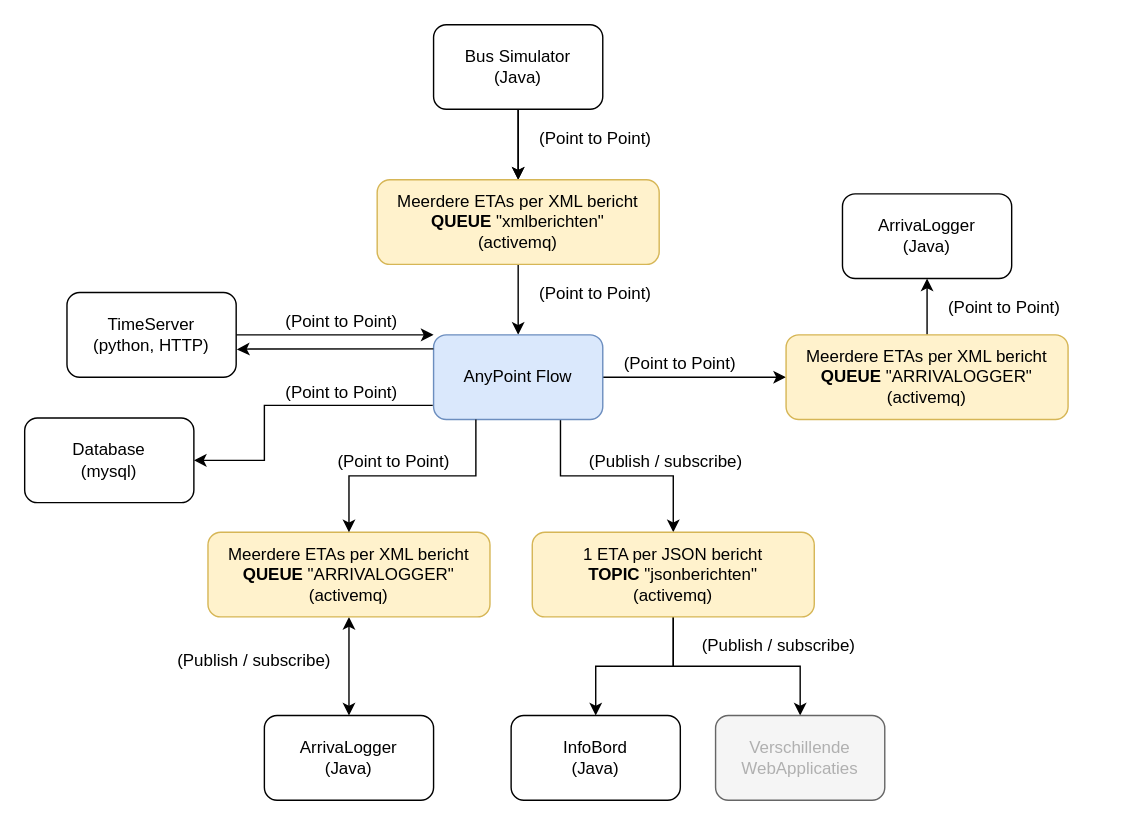
pannekoekmetijsappelmoesenslagroom/EAI keeps this draw.io diagram as Untitled Diagram.drawio. Above is the earlier version. Source tidied: cells renumbered, new cells numbered last; positions are measured from the earlier drawing's top-left corner, leaving out a move shared by most shapes. Both pictures are drawn from the tidied source at 141%, with x=0, y=0 at pixel (24, 24).
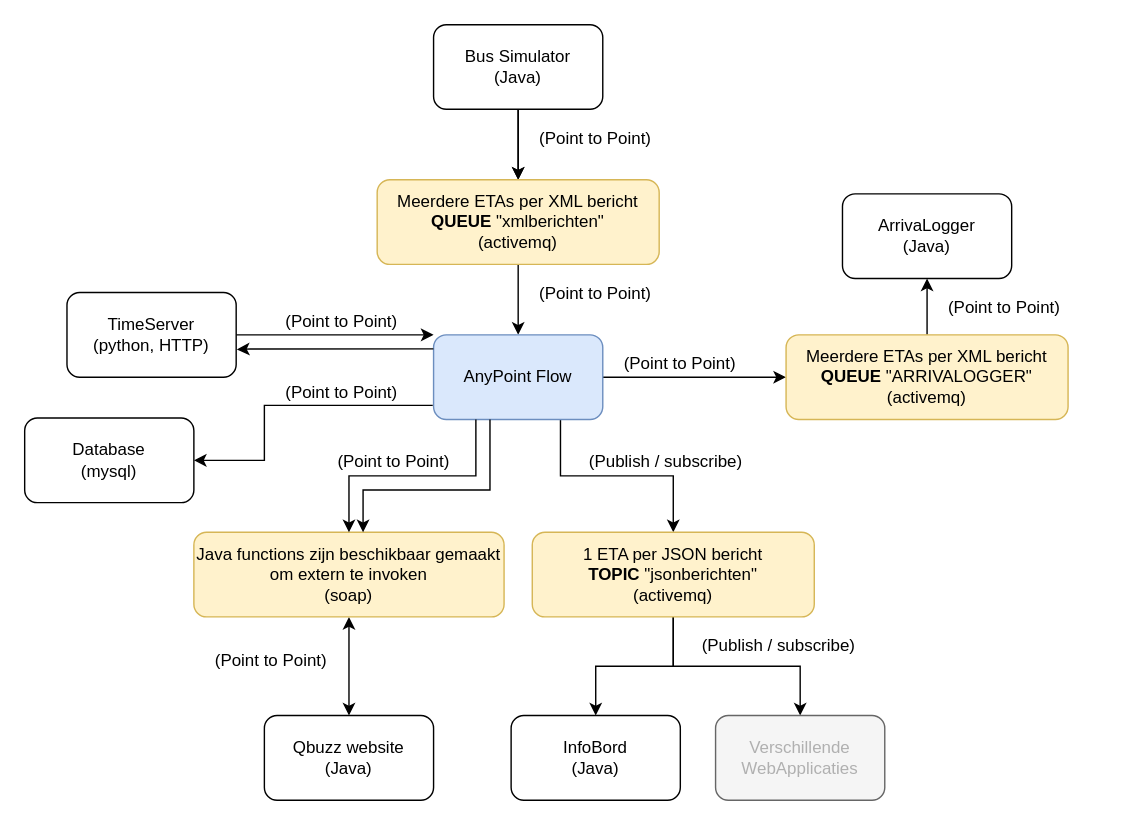
The same page after the edit.

The edit, as a diff of the source:
```diff
@@
-    <mxCell id="29" value="Meerdere ETAs per XML bericht&lt;br&gt;&lt;b&gt;QUEUE&lt;/b&gt; &quot;ARRIVALOGGER&quot; &lt;br&gt;(activemq)" style="rounded=1;whiteSpace=wrap;html=1;fillColor=#fff2cc;strokeColor=#d6b656;" parent="1" vertex="1">
-      <mxGeometry x="130" y="360" width="200" height="60" as="geometry" />
+    <mxCell id="29" value="Java functions zijn beschikbaar gemaakt om extern te invoken&lt;br&gt;(soap)" style="rounded=1;whiteSpace=wrap;html=1;fillColor=#fff2cc;strokeColor=#d6b656;" parent="1" vertex="1">
+      <mxGeometry x="120" y="360" width="220" height="60" as="geometry" />
     </mxCell>
@@
-    <mxCell id="32" value="ArrivaLogger&lt;br&gt;(Java)" style="rounded=1;whiteSpace=wrap;html=1;" parent="1" vertex="1">
+    <mxCell id="32" value="Qbuzz website&lt;br&gt;(Java)" style="rounded=1;whiteSpace=wrap;html=1;" parent="1" vertex="1">
       <mxGeometry x="170" y="490" width="120" height="60" as="geometry" />
     </mxCell>
-    <mxCell id="33" value="(Publish / subscribe)" style="text;html=1;strokeColor=none;fillColor=none;align=center;verticalAlign=middle;whiteSpace=wrap;rounded=0;" parent="1" vertex="1">
-      <mxGeometry x="88" y="450" width="150" as="geometry" />
-    </mxCell>
@@
+    <mxCell id="37" value="(Point to Point)" style="text;html=1;strokeColor=none;fillColor=none;align=center;verticalAlign=middle;whiteSpace=wrap;rounded=0;" parent="1" vertex="1">
+      <mxGeometry x="100" y="450" width="150" as="geometry" />
+    </mxCell>
+    <mxCell id="38" style="edgeStyle=orthogonalEdgeStyle;rounded=0;orthogonalLoop=1;jettySize=auto;html=1;exitX=0.25;exitY=1;exitDx=0;exitDy=0;entryX=0.5;entryY=0;entryDx=0;entryDy=0;" parent="1" edge="1">
+      <mxGeometry relative="1" as="geometry">
+        <mxPoint x="330" y="280" as="sourcePoint" />
+        <mxPoint x="240" y="360" as="targetPoint" />
+        <Array as="points">
+          <mxPoint x="330" y="330" />
+          <mxPoint x="240" y="330" />
+        </Array>
+      </mxGeometry>
+    </mxCell>
```
